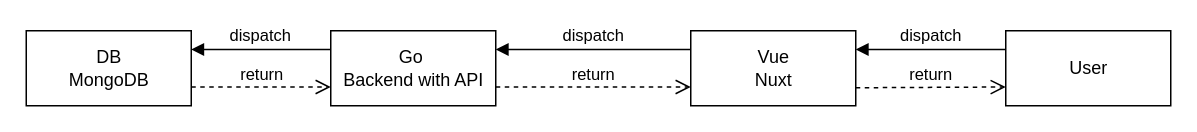
This is doku/ComponentDiagram.drawio from seiemens/snpt, a draw.io file, before an edit. Source tidied: cells renumbered, new cells numbered last; positions are measured from the earlier drawing's top-left corner, leaving out a move shared by most shapes. Both pictures are drawn from the tidied source at 150%, with x=0, y=0 at pixel (26, 30).
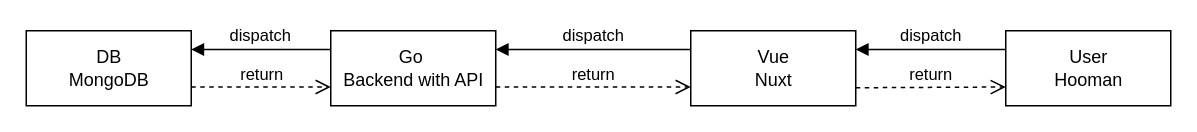
The same diagram, later.

Commit message (it also covers changes not shown here):
specified Userdescription

Diff of the diagram source:
```diff
@@
 <mxGraphModel>
   <root>
     <mxCell id="0" />
     <mxCell id="1" parent="0" />
-    <mxCell id="2" value="User" style="html=1;" parent="1" vertex="1">
+    <mxCell id="2" value="User&lt;br&gt;Hooman" style="html=1;" parent="1" vertex="1">
       <mxGeometry x="653" width="110" height="50" as="geometry" />
     </mxCell>
     <mxCell id="3" value="Vue&lt;br&gt;Nuxt" style="html=1;" parent="1" vertex="1">
       <mxGeometry x="443" width="110" height="50" as="geometry" />
     </mxCell>
     <mxCell id="4" value="Go&amp;nbsp;&lt;br&gt;Backend with API" style="html=1;" parent="1" vertex="1">
       <mxGeometry x="203" width="110" height="50" as="geometry" />
     </mxCell>
     <mxCell id="5" value="DB&lt;br&gt;MongoDB" style="html=1;" parent="1" vertex="1">
       <mxGeometry width="110" height="50" as="geometry" />
     </mxCell>
     <mxCell id="6" value="dispatch" style="html=1;verticalAlign=bottom;endArrow=block;rounded=0;exitX=0;exitY=0.25;exitDx=0;exitDy=0;entryX=1;entryY=0.25;entryDx=0;entryDy=0;" parent="1" edge="1" source="4" target="5">
       <mxGeometry relative="1" as="geometry" />
     </mxCell>
     <mxCell id="7" value="return" style="html=1;verticalAlign=bottom;endArrow=open;dashed=1;endSize=8;rounded=0;entryX=0;entryY=0.75;entryDx=0;entryDy=0;exitX=1;exitY=0.75;exitDx=0;exitDy=0;" parent="1" edge="1" source="5" target="4">
       <mxGeometry relative="1" as="geometry" />
     </mxCell>
     <mxCell id="8" value="dispatch" style="html=1;verticalAlign=bottom;endArrow=block;rounded=0;exitX=0;exitY=0.25;exitDx=0;exitDy=0;entryX=1;entryY=0.25;entryDx=0;entryDy=0;" parent="1" edge="1" source="3" target="4">
       <mxGeometry relative="1" as="geometry" />
     </mxCell>
     <mxCell id="9" value="return" style="html=1;verticalAlign=bottom;endArrow=open;dashed=1;endSize=8;rounded=0;entryX=0;entryY=0.75;entryDx=0;entryDy=0;exitX=1;exitY=0.75;exitDx=0;exitDy=0;" parent="1" edge="1" source="4" target="3">
       <mxGeometry relative="1" as="geometry" />
     </mxCell>
     <mxCell id="10" value="return" style="html=1;verticalAlign=bottom;endArrow=open;dashed=1;endSize=8;rounded=0;entryX=0;entryY=0.75;entryDx=0;entryDy=0;" parent="1" edge="1" target="2">
       <mxGeometry relative="1" as="geometry">
         <mxPoint x="553" y="38" as="sourcePoint" />
       </mxGeometry>
     </mxCell>
     <mxCell id="11" value="dispatch" style="html=1;verticalAlign=bottom;endArrow=block;rounded=0;exitX=0;exitY=0.25;exitDx=0;exitDy=0;entryX=1;entryY=0.25;entryDx=0;entryDy=0;" parent="1" edge="1" source="2" target="3">
       <mxGeometry relative="1" as="geometry" />
     </mxCell>
   </root>
 </mxGraphModel>
```
